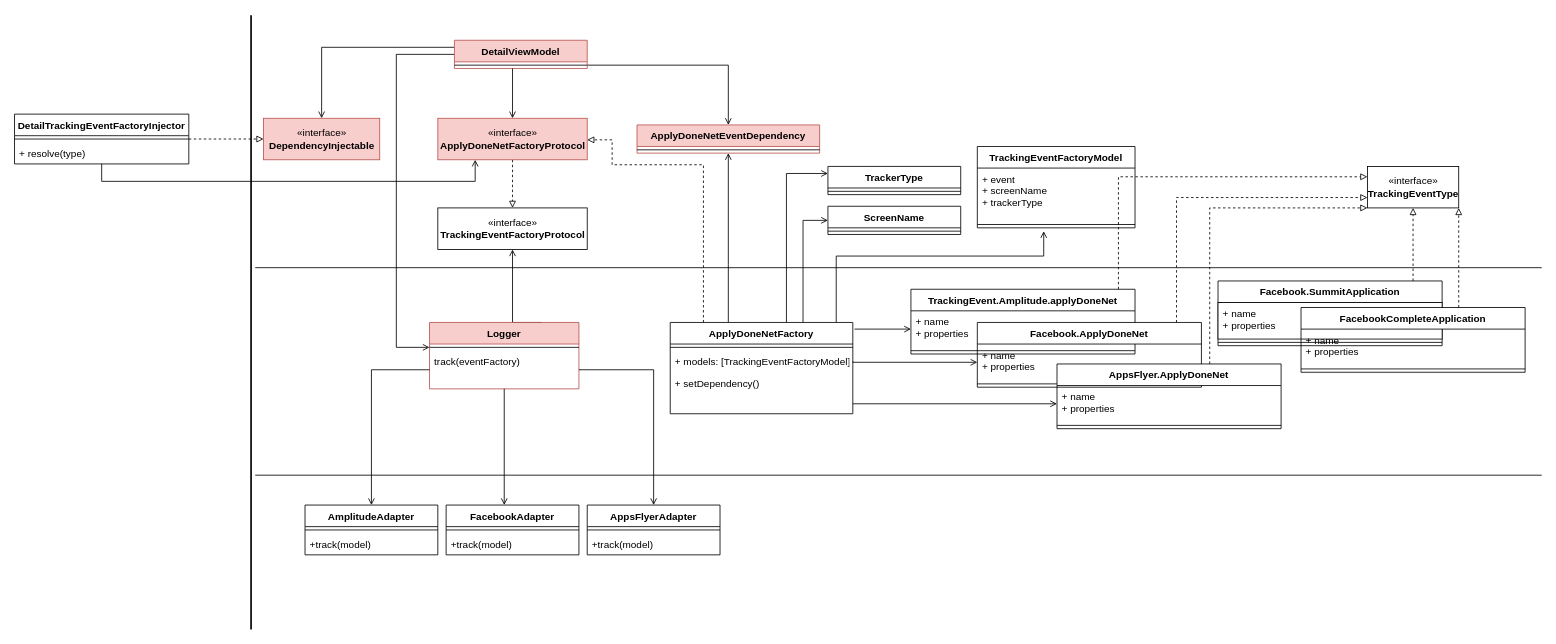
This is page "변경" (2 of 2) of TrackingEvent.drawio from gookhee/diagrams, a draw.io file, before an edit. Source tidied: cells renumbered, new cells numbered last; positions are measured from the earlier drawing's top-left corner, leaving out a move shared by most shapes. Both pictures are drawn from the tidied source at 83%, with x=0, y=0 at pixel (14, 15).
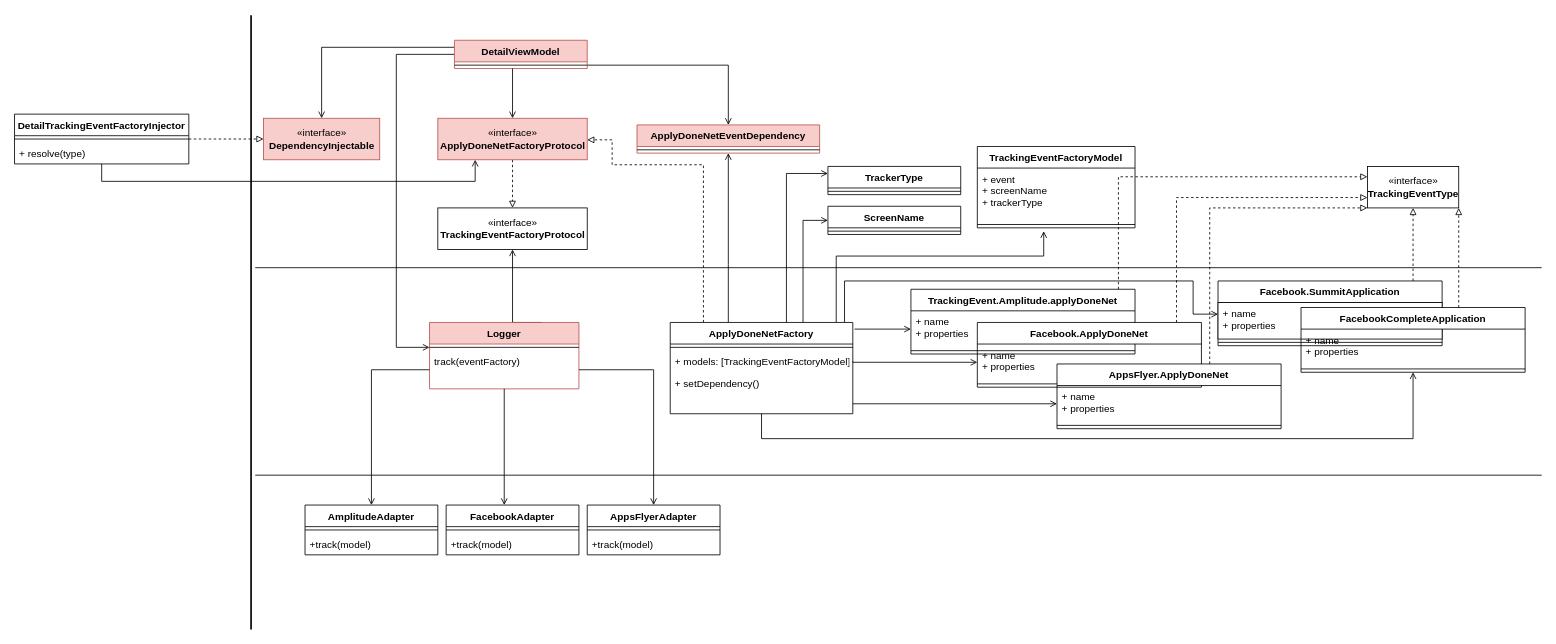
Above is the later version.

Unchanged cells that the change refers to:
```xml
<mxCell id="35" value="ApplyDoneNetFactory" style="swimlane;fontStyle=1;align=center;verticalAlign=top;horizontal=1;startSize=26;" parent="1" vertex="1">
  <mxGeometry x="790" y="370" width="220" height="110" as="geometry" />
</mxCell>
<mxCell id="38" value="+ setDependency()&#10;" style="text;strokeColor=none;fillColor=none;align=left;verticalAlign=top;spacingLeft=4;spacingRight=4;overflow=hidden;points=[[0,0.5],[1,0.5]];portConstraint=eastwest;" parent="35" vertex="1">
  <mxGeometry y="60" width="220" height="50" as="geometry" />
</mxCell>
<mxCell id="69" value="+ name&#10;+ properties" style="text;strokeColor=#000000;fillColor=#FFFFFF;align=left;verticalAlign=top;spacingLeft=4;spacingRight=4;overflow=hidden;points=[[0,0.5],[1,0.5]];portConstraint=eastwest;" parent="68" vertex="1">
  <mxGeometry y="26" width="270" height="44" as="geometry" />
</mxCell>
<mxCell id="74" style="line;strokeWidth=1;fillColor=none;align=left;verticalAlign=middle;spacingTop=-1;spacingLeft=3;spacingRight=3;labelPosition=right;points=[];portConstraint=eastwest;" parent="72" vertex="1">
  <mxGeometry y="70" width="270" height="8" as="geometry" />
</mxCell>
```

Diff of the diagram source:
```diff
@@
+    <mxCell id="78" style="edgeStyle=orthogonalEdgeStyle;rounded=0;jettySize=auto;html=1;entryX=0;entryY=0.318;entryDx=0;entryDy=0;entryPerimeter=0;endArrow=open;endFill=0;" parent="1" edge="1" source="35" target="69">
+      <mxGeometry relative="1" as="geometry">
+        <Array as="points">
+          <mxPoint x="1000" y="320" />
+          <mxPoint x="1420" y="320" />
+          <mxPoint x="1420" y="360" />
+        </Array>
+      </mxGeometry>
+    </mxCell>
@@
+    <mxCell id="79" style="edgeStyle=orthogonalEdgeStyle;rounded=0;jettySize=auto;html=1;endArrow=open;endFill=0;" parent="1" edge="1" source="38" target="74">
+      <mxGeometry relative="1" as="geometry">
+        <Array as="points">
+          <mxPoint x="900" y="510" />
+          <mxPoint x="1685" y="510" />
+        </Array>
+      </mxGeometry>
+    </mxCell>
```
